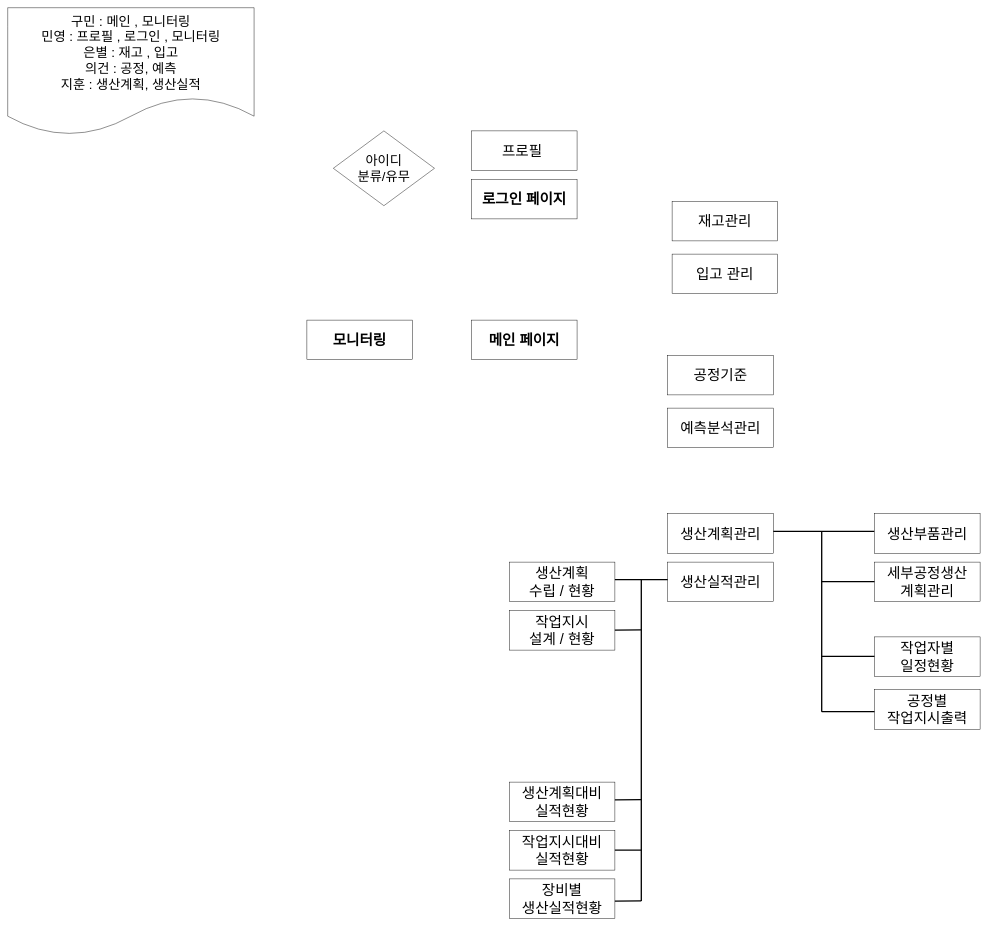
The draw.io diagram 지훈.drawio in JRiho/alphaknow-project1, before the edit. Source tidied: cells renumbered, new cells numbered last; positions are measured from the earlier drawing's top-left corner, leaving out a move shared by most shapes. Both pictures are drawn from the tidied source at 44%, with x=0, y=0 at pixel (7, 7).
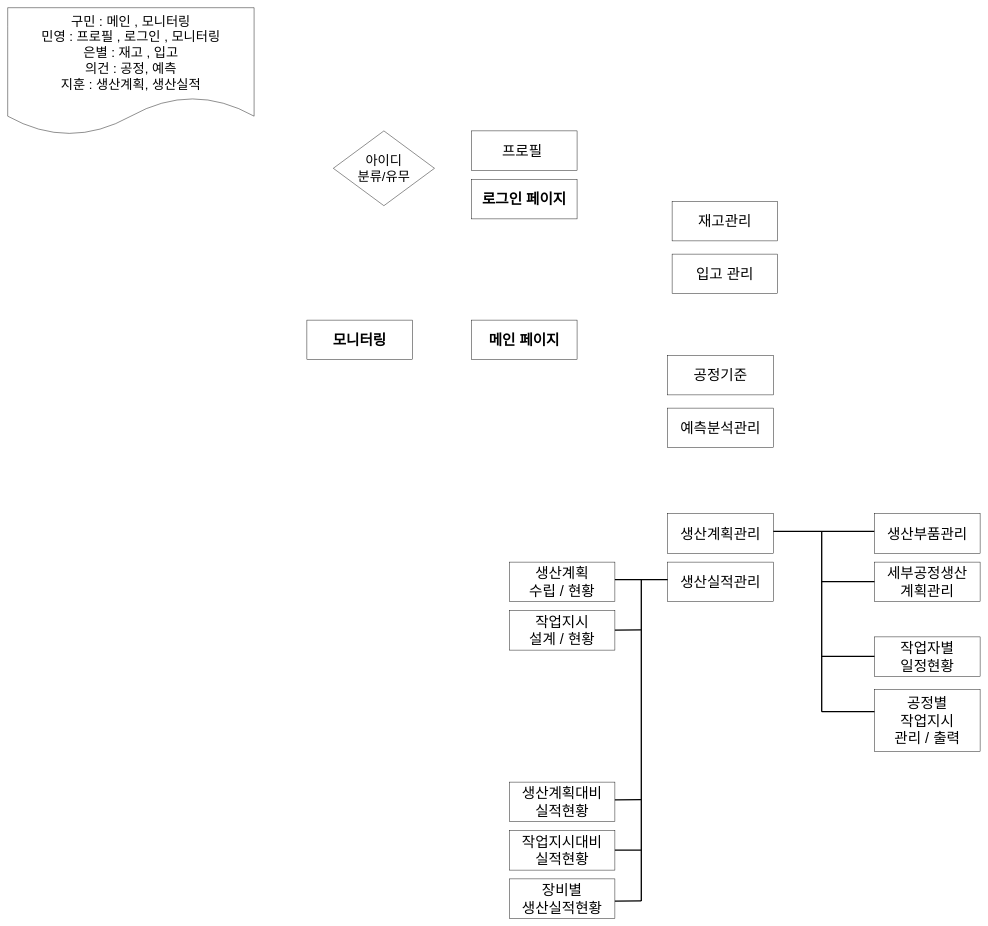
The same page after the edit.

Commit message:
지훈.drawio 업데이트

Diff of the diagram source:
```diff
@@
-    <mxCell id="17" value="공정별&lt;br&gt;작업지시출력" style="rounded=0;whiteSpace=wrap;html=1;fontSize=33;" parent="1" vertex="1">
-      <mxGeometry x="1970" y="1550" width="240" height="90" as="geometry" />
+    <mxCell id="17" value="공정별&lt;br&gt;작업지시&lt;br&gt;관리 / 출력" style="rounded=0;whiteSpace=wrap;html=1;fontSize=33;" parent="1" vertex="1">
+      <mxGeometry x="1970" y="1550" width="240" height="140" as="geometry" />
     </mxCell>
```
